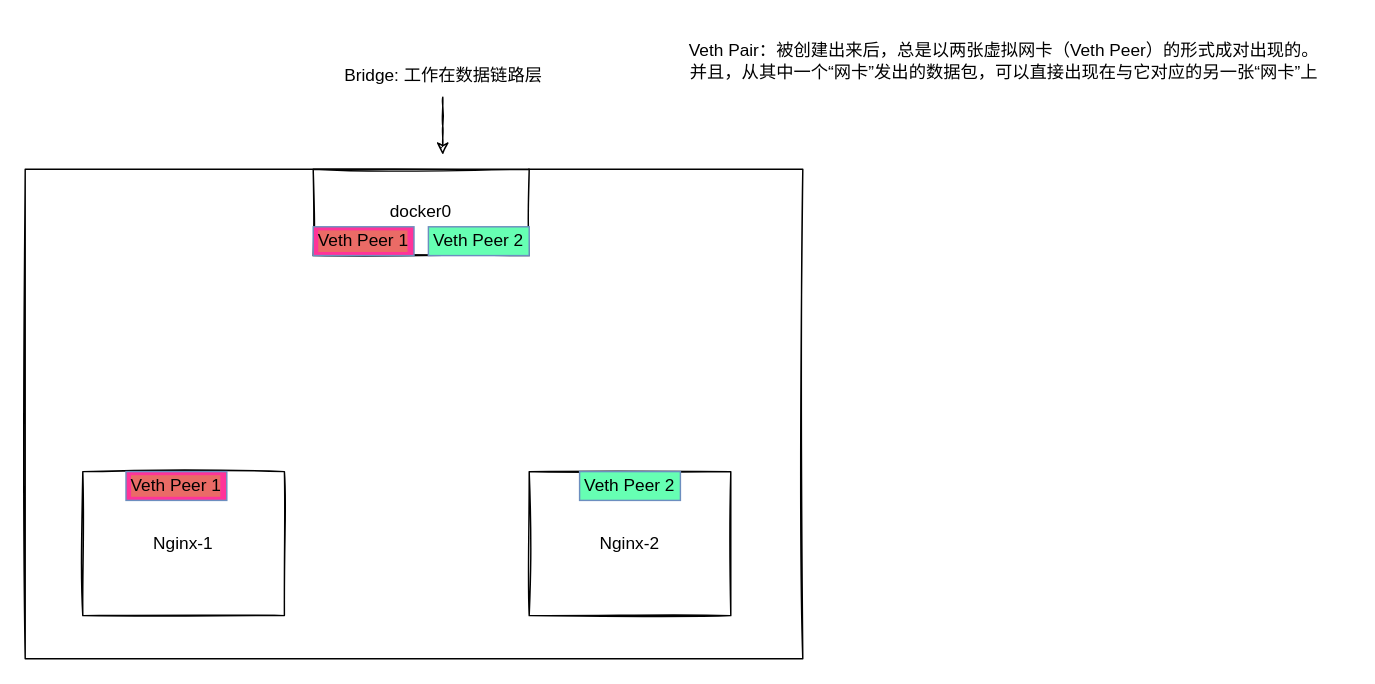
This is 深入剖析k8s.drawio from 906798724/myNote, a draw.io file, before an edit. Source tidied: cells renumbered, new cells numbered last; positions are measured from the earlier drawing's top-left corner, leaving out a move shared by most shapes. Both pictures are drawn from the tidied source at 144%, with x=0, y=0 at pixel (24, 24).
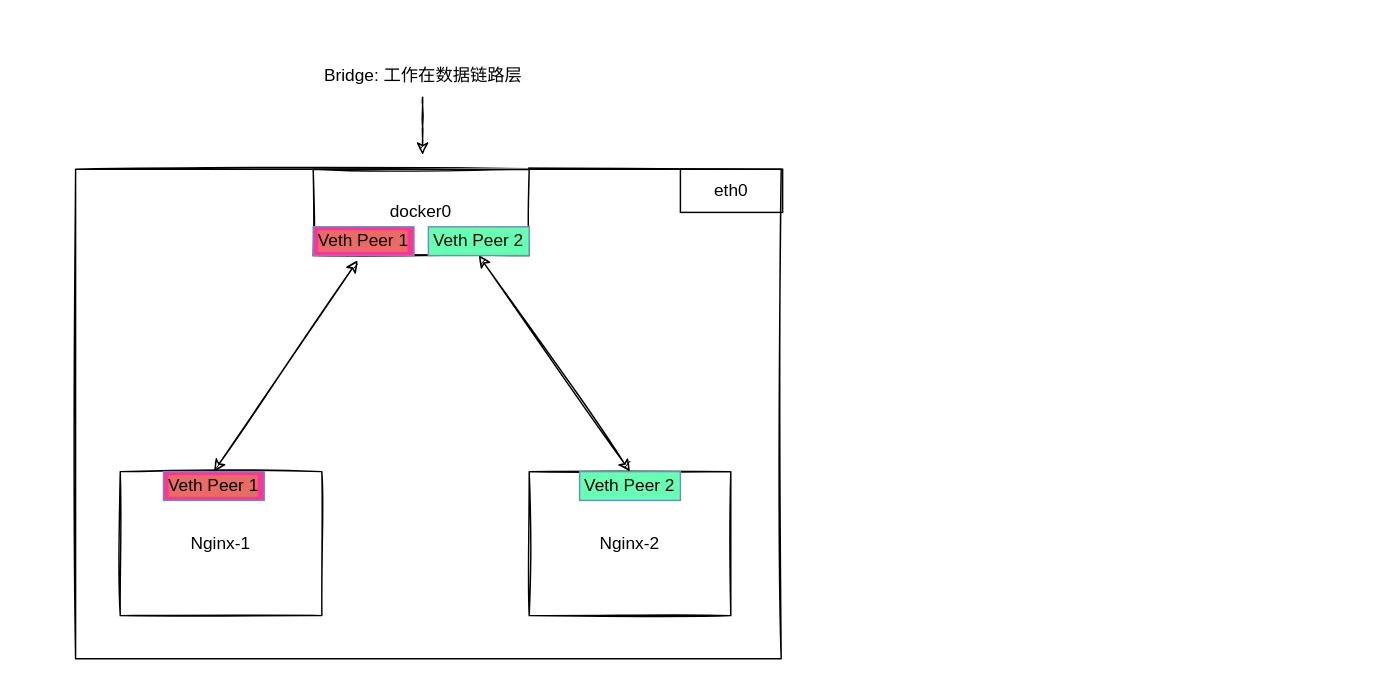
After the change.

What changed in the source:
```diff
@@
 <mxGraphModel>
   <root>
     <mxCell id="0" />
     <mxCell id="1" parent="0" />
     <mxCell id="2" style="rounded=0;whiteSpace=wrap;html=1;sketch=1;align=left;horizontal=1;" parent="1" vertex="1">
-      <mxGeometry y="100" width="540" height="340" as="geometry" />
+      <mxGeometry x="35" y="100" width="490" height="340" as="geometry" />
     </mxCell>
     <mxCell id="3" value="docker0" style="rounded=0;whiteSpace=wrap;html=1;sketch=1;" parent="1" vertex="1">
       <mxGeometry x="200" y="100" width="150" height="60" as="geometry" />
     </mxCell>
     <mxCell id="4" style="edgeStyle=orthogonalEdgeStyle;rounded=0;sketch=1;jettySize=auto;html=1;" parent="1" edge="1" source="5">
       <mxGeometry relative="1" as="geometry">
-        <mxPoint x="290" y="90" as="targetPoint" />
+        <mxPoint x="276" y="90" as="targetPoint" />
       </mxGeometry>
     </mxCell>
     <mxCell id="5" value="Bridge: 工作在数据链路层" style="text;html=1;strokeColor=none;fillColor=none;align=left;verticalAlign=middle;rounded=0;sketch=1;labelBackgroundColor=#FFFFFF;whiteSpace=wrap;" parent="1" vertex="1">
-      <mxGeometry x="220" y="20" width="140" height="30" as="geometry" />
+      <mxGeometry x="206" y="20" width="140" height="30" as="geometry" />
     </mxCell>
-    <mxCell id="6" value="&lt;div&gt;Veth Pair：被创建出来后，总是以两张虚拟网卡（Veth Peer）的形式成对出现的。&lt;/div&gt;&lt;div&gt;并且，从其中一个“网卡”发出的数据包，可以直接出现在与它对应的另一张“网卡”上&lt;/div&gt;" style="text;html=1;strokeColor=none;fillColor=none;align=center;verticalAlign=middle;whiteSpace=wrap;rounded=0;labelBackgroundColor=#FFFFFF;sketch=1;" parent="1" vertex="1">
-      <mxGeometry x="440" width="480" height="50" as="geometry" />
-    </mxCell>
     <mxCell id="7" value="Nginx-1" style="rounded=0;whiteSpace=wrap;html=1;labelBackgroundColor=#FFFFFF;sketch=1;" parent="1" vertex="1">
-      <mxGeometry x="40" y="310" width="140" height="100" as="geometry" />
+      <mxGeometry x="66" y="310" width="140" height="100" as="geometry" />
     </mxCell>
     <mxCell id="8" value="Veth Peer 1" style="rounded=0;whiteSpace=wrap;html=1;labelBackgroundColor=#EA6B66;sketch=0;fillColor=#FF3399;strokeColor=#6c8ebf;" parent="1" vertex="1">
-      <mxGeometry x="70" y="310" width="70" height="20" as="geometry" />
+      <mxGeometry x="96" y="310" width="70" height="20" as="geometry" />
     </mxCell>
     <mxCell id="9" value="Veth Peer 1" style="rounded=0;whiteSpace=wrap;html=1;labelBackgroundColor=#EA6B66;sketch=0;fillColor=#FF3399;strokeColor=#6c8ebf;" parent="1" vertex="1">
       <mxGeometry x="200" y="140" width="70" height="20" as="geometry" />
     </mxCell>
     <mxCell id="10" value="Nginx-2" style="rounded=0;whiteSpace=wrap;html=1;labelBackgroundColor=#FFFFFF;sketch=1;" parent="1" vertex="1">
       <mxGeometry x="350" y="310" width="140" height="100" as="geometry" />
     </mxCell>
     <mxCell id="11" value="Veth Peer 2" style="rounded=0;whiteSpace=wrap;html=1;labelBackgroundColor=#66FFB3;sketch=0;fillColor=#66FFB3;strokeColor=#6c8ebf;" parent="1" vertex="1">
       <mxGeometry x="385" y="310" width="70" height="20" as="geometry" />
     </mxCell>
     <mxCell id="12" value="Veth Peer 2" style="rounded=0;whiteSpace=wrap;html=1;labelBackgroundColor=#66FFB3;sketch=0;fillColor=#66FFB3;strokeColor=#6c8ebf;" parent="1" vertex="1">
       <mxGeometry x="280" y="140" width="70" height="20" as="geometry" />
     </mxCell>
+    <mxCell id="13" style="endArrow=classic;startArrow=classic;html=1;rounded=0;sketch=1;entryX=0.206;entryY=1.056;entryDx=0;entryDy=0;entryPerimeter=0;exitX=0.5;exitY=0;exitDx=0;exitDy=0;" parent="1" edge="1" source="8" target="3">
+      <mxGeometry relative="1" as="geometry" />
+    </mxCell>
+    <mxCell id="14" style="endArrow=classic;startArrow=classic;html=1;rounded=0;sketch=1;exitX=0.5;exitY=0;exitDx=0;exitDy=0;entryX=0.5;entryY=1;entryDx=0;entryDy=0;" parent="1" edge="1" source="11" target="12">
+      <mxGeometry relative="1" as="geometry" />
+    </mxCell>
+    <mxCell id="15" value="eth0" style="rounded=0;whiteSpace=wrap;html=1;labelBackgroundColor=none;sketch=0;fillColor=none;" parent="1" vertex="1">
+      <mxGeometry x="455" y="100" width="71" height="30" as="geometry" />
+    </mxCell>
   </root>
 </mxGraphModel>
```
